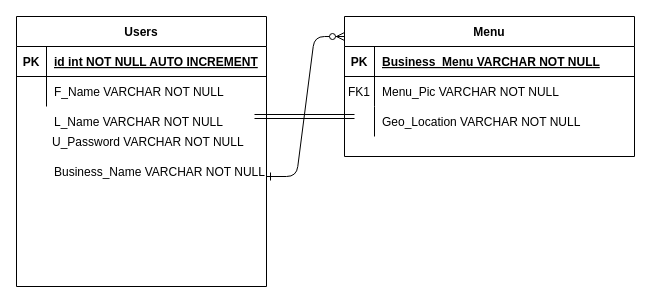
This is Untitled Diagram.drawio from MattCoston/ACA_Capstone, a draw.io file, before an edit. Source tidied: cells renumbered, new cells numbered last; positions are measured from the earlier drawing's top-left corner, leaving out a move shared by most shapes. Both pictures are drawn from the tidied source at 100%, with x=0, y=0 at pixel (16, 16).
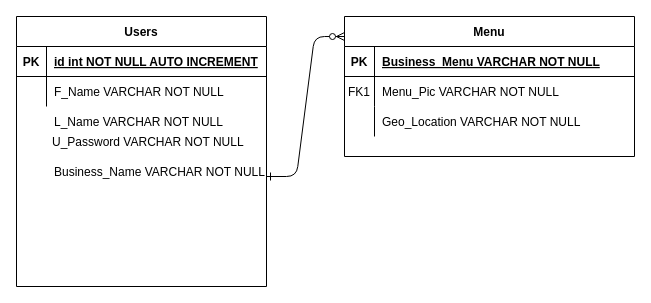
The same page after the edit.

Diff of the diagram source:
```diff
@@
-    <mxCell id="23" style="shape=link;html=1;strokeColor=#000000;" parent="1" edge="1">
-      <mxGeometry relative="1" as="geometry">
-        <mxPoint x="238" y="100" as="sourcePoint" />
-        <mxPoint x="338" y="100" as="targetPoint" />
-      </mxGeometry>
-    </mxCell>
```
